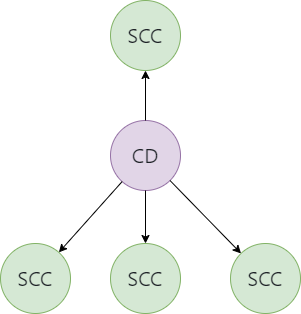
Above: usage-examples/submodules-eiffel.png in eiffel-community/eiffel (draw.io), before the change. Source tidied: cells renumbered, new cells last; positions are measured from the earlier drawing's top-left corner, leaving out a move shared by most shapes.
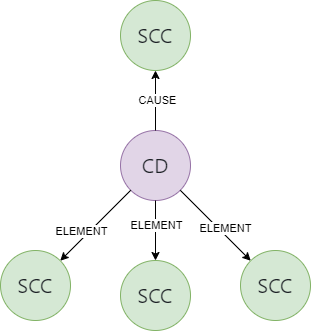
After the change.

What changed in the source:
```diff
@@ -2,32 +2,48 @@
   <root>
     <mxCell id="0" />
     <mxCell id="1" parent="0" />
-    <mxCell id="2" value="&lt;font face=&quot;-apple-system, BlinkMacSystemFont, Segoe UI, Noto Sans, Helvetica, Arial, sans-serif, Apple Color Emoji, Segoe UI Emoji&quot; color=&quot;#1f2328&quot;&gt;SCC&lt;/font&gt;" style="ellipse;whiteSpace=wrap;html=1;fillColor=#d5e8d4;strokeColor=#82b366;shadow=0;labelBackgroundColor=none;labelBorderColor=none;textShadow=0;fontStyle=0;fillStyle=auto;fontSize=20;" parent="1" vertex="1">
-      <mxGeometry x="110" width="70" height="70" as="geometry" />
-    </mxCell>
-    <mxCell id="3" value="&lt;font face=&quot;-apple-system, BlinkMacSystemFont, Segoe UI, Noto Sans, Helvetica, Arial, sans-serif, Apple Color Emoji, Segoe UI Emoji&quot; color=&quot;#1f2328&quot;&gt;SCC&lt;/font&gt;" style="ellipse;whiteSpace=wrap;html=1;fillColor=#d5e8d4;strokeColor=#82b366;shadow=0;labelBackgroundColor=none;labelBorderColor=none;textShadow=0;fontStyle=0;fillStyle=auto;fontSize=20;direction=south;" parent="1" vertex="1">
-      <mxGeometry y="243" width="70" height="70" as="geometry" />
-    </mxCell>
+    <mxCell id="11" value="&lt;font face=&quot;-apple-system, BlinkMacSystemFont, Segoe UI, Noto Sans, Helvetica, Arial, sans-serif, Apple Color Emoji, Segoe UI Emoji&quot; color=&quot;#1f2328&quot;&gt;SCC&lt;/font&gt;" style="ellipse;whiteSpace=wrap;html=1;fillColor=#d5e8d4;strokeColor=#82b366;shadow=0;labelBackgroundColor=none;labelBorderColor=none;textShadow=0;fontStyle=0;fillStyle=auto;fontSize=20;" parent="1" vertex="1">
+      <mxGeometry x="110" y="-10" width="70" height="70" as="geometry" />
+    </mxCell>
     <mxCell id="4" value="&lt;font face=&quot;-apple-system, BlinkMacSystemFont, Segoe UI, Noto Sans, Helvetica, Arial, sans-serif, Apple Color Emoji, Segoe UI Emoji&quot; color=&quot;#1f2328&quot;&gt;CD&lt;/font&gt;" style="ellipse;whiteSpace=wrap;html=1;fillColor=#e1d5e7;strokeColor=#9673a6;shadow=0;labelBackgroundColor=none;labelBorderColor=none;textShadow=0;fontStyle=0;fillStyle=auto;fontSize=20;" parent="1" vertex="1">
       <mxGeometry x="110" y="120" width="70" height="70" as="geometry" />
     </mxCell>
-    <mxCell id="5" value="&lt;font face=&quot;-apple-system, BlinkMacSystemFont, Segoe UI, Noto Sans, Helvetica, Arial, sans-serif, Apple Color Emoji, Segoe UI Emoji&quot; color=&quot;#1f2328&quot;&gt;SCC&lt;/font&gt;" style="ellipse;whiteSpace=wrap;html=1;fillColor=#d5e8d4;strokeColor=#82b366;shadow=0;labelBackgroundColor=none;labelBorderColor=none;textShadow=0;fontStyle=0;fillStyle=auto;fontSize=20;" parent="1" vertex="1">
-      <mxGeometry x="110" y="243" width="70" height="70" as="geometry" />
-    </mxCell>
-    <mxCell id="6" value="&lt;font face=&quot;-apple-system, BlinkMacSystemFont, Segoe UI, Noto Sans, Helvetica, Arial, sans-serif, Apple Color Emoji, Segoe UI Emoji&quot; color=&quot;#1f2328&quot;&gt;SCC&lt;/font&gt;" style="ellipse;whiteSpace=wrap;html=1;fillColor=#d5e8d4;strokeColor=#82b366;shadow=0;labelBackgroundColor=none;labelBorderColor=none;textShadow=0;fontStyle=0;fillStyle=auto;fontSize=20;" parent="1" vertex="1">
-      <mxGeometry x="230" y="243" width="70" height="70" as="geometry" />
-    </mxCell>
-    <mxCell id="7" style="endArrow=classic;html=1;rounded=0;" parent="1" edge="1" source="4" target="2">
-      <mxGeometry relative="1" as="geometry" />
-    </mxCell>
-    <mxCell id="8" style="endArrow=classic;html=1;rounded=0;" parent="1" edge="1" source="4" target="3">
-      <mxGeometry relative="1" as="geometry" />
-    </mxCell>
-    <mxCell id="9" style="endArrow=classic;html=1;rounded=0;" parent="1" edge="1" source="4" target="5">
-      <mxGeometry relative="1" as="geometry" />
-    </mxCell>
-    <mxCell id="10" style="endArrow=classic;html=1;rounded=0;" parent="1" edge="1" source="4" target="6">
-      <mxGeometry relative="1" as="geometry" />
-    </mxCell>
+    <mxCell id="12" value="&lt;font face=&quot;-apple-system, BlinkMacSystemFont, Segoe UI, Noto Sans, Helvetica, Arial, sans-serif, Apple Color Emoji, Segoe UI Emoji&quot; color=&quot;#1f2328&quot;&gt;SCC&lt;/font&gt;" style="ellipse;whiteSpace=wrap;html=1;fillColor=#d5e8d4;strokeColor=#82b366;shadow=0;labelBackgroundColor=none;labelBorderColor=none;textShadow=0;fontStyle=0;fillStyle=auto;fontSize=20;" parent="1" vertex="1">
+      <mxGeometry x="-10" y="240" width="70" height="70" as="geometry" />
+    </mxCell>
+    <mxCell id="13" value="&lt;font face=&quot;-apple-system, BlinkMacSystemFont, Segoe UI, Noto Sans, Helvetica, Arial, sans-serif, Apple Color Emoji, Segoe UI Emoji&quot; color=&quot;#1f2328&quot;&gt;SCC&lt;/font&gt;" style="ellipse;whiteSpace=wrap;html=1;fillColor=#d5e8d4;strokeColor=#82b366;shadow=0;labelBackgroundColor=none;labelBorderColor=none;textShadow=0;fontStyle=0;fillStyle=auto;fontSize=20;" parent="1" vertex="1">
+      <mxGeometry x="110" y="250" width="70" height="70" as="geometry" />
+    </mxCell>
+    <mxCell id="14" value="&lt;font face=&quot;-apple-system, BlinkMacSystemFont, Segoe UI, Noto Sans, Helvetica, Arial, sans-serif, Apple Color Emoji, Segoe UI Emoji&quot; color=&quot;#1f2328&quot;&gt;SCC&lt;/font&gt;" style="ellipse;whiteSpace=wrap;html=1;fillColor=#d5e8d4;strokeColor=#82b366;shadow=0;labelBackgroundColor=none;labelBorderColor=none;textShadow=0;fontStyle=0;fillStyle=auto;fontSize=20;" parent="1" vertex="1">
+      <mxGeometry x="230" y="240" width="70" height="70" as="geometry" />
+    </mxCell>
+    <mxCell id="15" style="endArrow=classic;html=1;rounded=0;" parent="1" edge="1" source="4" target="11">
+      <mxGeometry relative="1" as="geometry" />
+    </mxCell>
+    <mxCell id="16" value="CAUSE" style="edgeLabel;html=1;align=center;verticalAlign=middle;" parent="15" vertex="1">
+      <mxGeometry x="0.04" y="-1" relative="1" as="geometry" />
+    </mxCell>
+    <mxCell id="17" style="endArrow=classic;html=1;rounded=0;" parent="1" edge="1" source="4" target="12">
+      <mxGeometry relative="1" as="geometry" />
+    </mxCell>
+    <mxCell id="18" value="ELEMENT" style="edgeLabel;html=1;align=center;verticalAlign=middle;" parent="17" vertex="1">
+      <mxGeometry x="-0.02" y="-3" relative="1" as="geometry">
+        <mxPoint x="-13" y="8" as="offset" />
+      </mxGeometry>
+    </mxCell>
+    <mxCell id="19" style="endArrow=classic;html=1;rounded=0;" parent="1" edge="1" source="4" target="13">
+      <mxGeometry relative="1" as="geometry" />
+    </mxCell>
+    <mxCell id="20" value="ELEMENT" style="edgeLabel;html=1;align=center;verticalAlign=middle;" parent="19" vertex="1">
+      <mxGeometry x="-0.2" relative="1" as="geometry" />
+    </mxCell>
+    <mxCell id="21" style="endArrow=classic;html=1;rounded=0;" parent="1" edge="1" source="4" target="14">
+      <mxGeometry relative="1" as="geometry" />
+    </mxCell>
+    <mxCell id="22" value="ELEMENT" style="edgeLabel;html=1;align=center;verticalAlign=middle;" parent="21" vertex="1">
+      <mxGeometry x="-0.02" y="-4" relative="1" as="geometry">
+        <mxPoint x="13" as="offset" />
+      </mxGeometry>
+    </mxCell>
   </root>
 </mxGraphModel>
```
